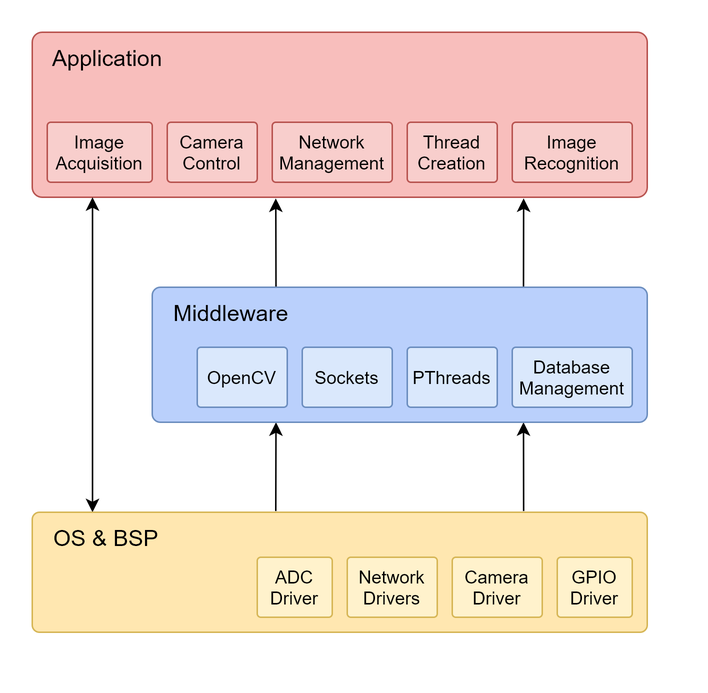
Before: 2. Analysis/4. Software Architecture/software_architecture.png, a diagram exported from draw.io (esrg-silent-howl/argos). Source tidied: cells renumbered, new cells last; positions are measured from the earlier drawing's top-left corner, leaving out a move shared by most shapes. The source it was exported from:
```xml
<mxGraphModel>
  <root>
    <mxCell id="0" />
    <mxCell id="1" parent="0" />
    <mxCell id="2" value="&amp;nbsp; &amp;nbsp;Application" style="rounded=1;whiteSpace=wrap;html=1;align=left;verticalAlign=top;arcSize=6;fontSize=15;strokeColor=#b85450;fillColor=#F8BEBC;spacingTop=2;" parent="1" vertex="1">
      <mxGeometry width="410" height="110" as="geometry" />
    </mxCell>
    <mxCell id="3" style="rounded=0;jettySize=auto;html=1;exitX=0.75;exitY=0;exitDx=0;exitDy=0;entryX=0.799;entryY=1.007;entryDx=0;entryDy=0;entryPerimeter=0;startArrow=none;startFill=0;fontSize=16;endArrow=classic;endFill=1;" parent="1" edge="1" source="7" target="2">
      <mxGeometry relative="1" as="geometry" />
    </mxCell>
    <mxCell id="4" style="rounded=0;jettySize=auto;html=1;exitX=0.25;exitY=0;exitDx=0;exitDy=0;entryX=0.396;entryY=1.007;entryDx=0;entryDy=0;entryPerimeter=0;startArrow=none;startFill=0;fontSize=16;endArrow=classic;endFill=1;" parent="1" edge="1" source="7" target="2">
      <mxGeometry relative="1" as="geometry" />
    </mxCell>
    <mxCell id="5" style="rounded=0;jettySize=auto;html=1;exitX=0.25;exitY=1;exitDx=0;exitDy=0;entryX=0.396;entryY=-0.01;entryDx=0;entryDy=0;entryPerimeter=0;startArrow=classic;startFill=1;fontSize=16;endArrow=none;endFill=0;" parent="1" edge="1" source="7" target="9">
      <mxGeometry relative="1" as="geometry" />
    </mxCell>
    <mxCell id="6" style="rounded=0;jettySize=auto;html=1;exitX=0.75;exitY=1;exitDx=0;exitDy=0;entryX=0.799;entryY=-0.01;entryDx=0;entryDy=0;entryPerimeter=0;startArrow=classic;startFill=1;fontSize=16;endArrow=none;endFill=0;" parent="1" edge="1" source="7" target="9">
      <mxGeometry relative="1" as="geometry" />
    </mxCell>
    <mxCell id="7" value="&amp;nbsp; &amp;nbsp;Middleware" style="rounded=1;whiteSpace=wrap;html=1;align=left;verticalAlign=top;arcSize=6;fontSize=15;strokeColor=#6c8ebf;fillColor=#BAD0FC;spacingTop=2;" parent="1" vertex="1">
      <mxGeometry x="80" y="170" width="330" height="90" as="geometry" />
    </mxCell>
    <mxCell id="8" style="edgeStyle=orthogonalEdgeStyle;rounded=0;jettySize=auto;html=1;entryX=0.098;entryY=1;entryDx=0;entryDy=0;entryPerimeter=0;exitX=0.098;exitY=0;exitDx=0;exitDy=0;exitPerimeter=0;startArrow=classic;startFill=1;" parent="1" edge="1" source="9" target="2">
      <mxGeometry relative="1" as="geometry" />
    </mxCell>
    <mxCell id="9" value="&amp;nbsp; &amp;nbsp;OS &amp;amp; BSP" style="rounded=1;whiteSpace=wrap;html=1;align=left;verticalAlign=top;arcSize=6;fontSize=15;strokeColor=#d6b656;fillColor=#FFE7B0;spacingTop=2;" parent="1" vertex="1">
      <mxGeometry y="320" width="410" height="80" as="geometry" />
    </mxCell>
    <mxCell id="10" value="Image&lt;br&gt;Recognition" style="rounded=1;whiteSpace=wrap;html=1;align=center;verticalAlign=middle;arcSize=6;fillColor=#f8cecc;strokeColor=#b85450;" parent="1" vertex="1">
      <mxGeometry x="320" y="60" width="80" height="40" as="geometry" />
    </mxCell>
    <mxCell id="11" value="Thread&lt;br&gt;Creation" style="rounded=1;whiteSpace=wrap;html=1;align=center;verticalAlign=middle;arcSize=6;fillColor=#f8cecc;strokeColor=#b85450;" parent="1" vertex="1">
      <mxGeometry x="250" y="60" width="60" height="40" as="geometry" />
    </mxCell>
    <mxCell id="12" value="Database Management" style="rounded=1;whiteSpace=wrap;html=1;align=center;verticalAlign=middle;arcSize=6;fillColor=#dae8fc;strokeColor=#6c8ebf;" parent="1" vertex="1">
      <mxGeometry x="320" y="210" width="80" height="40" as="geometry" />
    </mxCell>
    <mxCell id="13" value="PThreads" style="rounded=1;whiteSpace=wrap;html=1;align=center;verticalAlign=middle;arcSize=6;fillColor=#dae8fc;strokeColor=#6c8ebf;" parent="1" vertex="1">
      <mxGeometry x="250" y="210" width="60" height="40" as="geometry" />
    </mxCell>
    <mxCell id="14" value="Image Acquisition" style="rounded=1;whiteSpace=wrap;html=1;align=center;verticalAlign=middle;arcSize=6;fillColor=#f8cecc;strokeColor=#b85450;" parent="1" vertex="1">
      <mxGeometry x="10" y="60" width="70" height="40" as="geometry" />
    </mxCell>
    <mxCell id="15" value="GPIO&lt;br&gt;Driver" style="rounded=1;whiteSpace=wrap;html=1;align=center;verticalAlign=middle;arcSize=6;fillColor=#fff2cc;strokeColor=#d6b656;" parent="1" vertex="1">
      <mxGeometry x="350" y="350" width="50" height="40" as="geometry" />
    </mxCell>
    <mxCell id="16" value="Camera&lt;br&gt;Driver" style="rounded=1;whiteSpace=wrap;html=1;align=center;verticalAlign=middle;arcSize=6;fillColor=#fff2cc;strokeColor=#d6b656;" parent="1" vertex="1">
      <mxGeometry x="280" y="350" width="60" height="40" as="geometry" />
    </mxCell>
    <mxCell id="17" value="Network&lt;br&gt;Drivers" style="rounded=1;whiteSpace=wrap;html=1;align=center;verticalAlign=middle;arcSize=6;fillColor=#fff2cc;strokeColor=#d6b656;" parent="1" vertex="1">
      <mxGeometry x="210" y="350" width="60" height="40" as="geometry" />
    </mxCell>
    <mxCell id="18" value="Network Management" style="rounded=1;whiteSpace=wrap;html=1;align=center;verticalAlign=middle;arcSize=6;fillColor=#f8cecc;strokeColor=#b85450;" parent="1" vertex="1">
      <mxGeometry x="160" y="60" width="80" height="40" as="geometry" />
    </mxCell>
    <mxCell id="19" value="ADC Driver" style="rounded=1;whiteSpace=wrap;html=1;align=center;verticalAlign=middle;arcSize=6;fillColor=#fff2cc;strokeColor=#d6b656;" parent="1" vertex="1">
      <mxGeometry x="150" y="350" width="50" height="40" as="geometry" />
    </mxCell>
    <mxCell id="20" value="Camera&lt;br&gt;Control" style="rounded=1;whiteSpace=wrap;html=1;align=center;verticalAlign=middle;arcSize=6;fillColor=#f8cecc;strokeColor=#b85450;" parent="1" vertex="1">
      <mxGeometry x="90" y="60" width="60" height="40" as="geometry" />
    </mxCell>
    <mxCell id="21" value="Sockets" style="rounded=1;whiteSpace=wrap;html=1;align=center;verticalAlign=middle;arcSize=6;fillColor=#dae8fc;strokeColor=#6c8ebf;" parent="1" vertex="1">
      <mxGeometry x="180" y="210" width="60" height="40" as="geometry" />
    </mxCell>
    <mxCell id="22" value="OpenCV" style="rounded=1;whiteSpace=wrap;html=1;align=center;verticalAlign=middle;arcSize=6;fillColor=#dae8fc;strokeColor=#6c8ebf;" parent="1" vertex="1">
      <mxGeometry x="110" y="210" width="60" height="40" as="geometry" />
    </mxCell>
  </root>
</mxGraphModel>
```
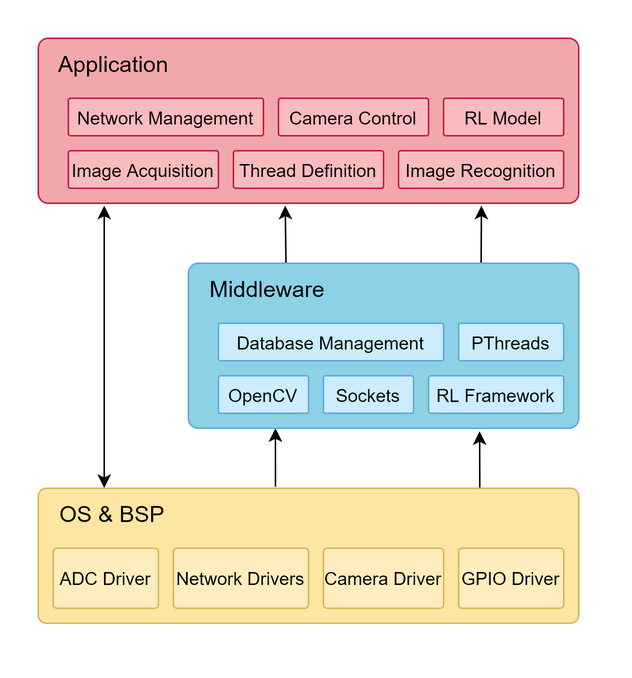
The same file after the commit.

Commit message:
UPDT: RL added to the Software Architecture diagram

Diff of the diagram source:
```diff
@@ -2,68 +2,78 @@
   <root>
     <mxCell id="0" />
     <mxCell id="1" parent="0" />
-    <mxCell id="2" value="&amp;nbsp; &amp;nbsp;Application" style="rounded=1;whiteSpace=wrap;html=1;align=left;verticalAlign=top;arcSize=6;fontSize=15;strokeColor=#b85450;fillColor=#F8BEBC;spacingTop=2;" parent="1" vertex="1">
-      <mxGeometry width="410" height="110" as="geometry" />
+    <mxCell id="2" value="&amp;nbsp; &amp;nbsp;Application" style="rounded=1;whiteSpace=wrap;html=1;align=left;verticalAlign=top;arcSize=6;fontSize=15;spacingTop=2;fillColor=#F2A7AC;strokeColor=#C41949;" parent="1" vertex="1">
+      <mxGeometry x="50" y="10" width="360" height="110" as="geometry" />
     </mxCell>
-    <mxCell id="3" style="rounded=0;jettySize=auto;html=1;exitX=0.75;exitY=0;exitDx=0;exitDy=0;entryX=0.799;entryY=1.007;entryDx=0;entryDy=0;entryPerimeter=0;startArrow=none;startFill=0;fontSize=16;endArrow=classic;endFill=1;" parent="1" edge="1" source="7" target="2">
+    <mxCell id="3" style="rounded=0;jettySize=auto;html=1;exitX=0.75;exitY=0;exitDx=0;exitDy=0;entryX=0.82;entryY=1.015;entryDx=0;entryDy=0;entryPerimeter=0;startArrow=none;startFill=0;fontSize=16;endArrow=classic;endFill=1;" parent="1" edge="1" source="7" target="2">
       <mxGeometry relative="1" as="geometry" />
     </mxCell>
-    <mxCell id="4" style="rounded=0;jettySize=auto;html=1;exitX=0.25;exitY=0;exitDx=0;exitDy=0;entryX=0.396;entryY=1.007;entryDx=0;entryDy=0;entryPerimeter=0;startArrow=none;startFill=0;fontSize=16;endArrow=classic;endFill=1;" parent="1" edge="1" source="7" target="2">
+    <mxCell id="4" style="rounded=0;jettySize=auto;html=1;exitX=0.25;exitY=0;exitDx=0;exitDy=0;entryX=0.457;entryY=1.015;entryDx=0;entryDy=0;entryPerimeter=0;startArrow=none;startFill=0;fontSize=16;endArrow=classic;endFill=1;" parent="1" edge="1" source="7" target="2">
       <mxGeometry relative="1" as="geometry" />
     </mxCell>
-    <mxCell id="5" style="rounded=0;jettySize=auto;html=1;exitX=0.25;exitY=1;exitDx=0;exitDy=0;entryX=0.396;entryY=-0.01;entryDx=0;entryDy=0;entryPerimeter=0;startArrow=classic;startFill=1;fontSize=16;endArrow=none;endFill=0;" parent="1" edge="1" source="7" target="9">
-      <mxGeometry relative="1" as="geometry" />
+    <mxCell id="5" style="rounded=0;jettySize=auto;html=1;exitX=0.223;exitY=1;exitDx=0;exitDy=0;startArrow=classic;startFill=1;fontSize=16;endArrow=none;endFill=0;exitPerimeter=0;" parent="1" edge="1" source="7">
+      <mxGeometry relative="1" as="geometry">
+        <mxPoint x="208" y="309" as="targetPoint" />
+      </mxGeometry>
     </mxCell>
-    <mxCell id="6" style="rounded=0;jettySize=auto;html=1;exitX=0.75;exitY=1;exitDx=0;exitDy=0;entryX=0.799;entryY=-0.01;entryDx=0;entryDy=0;entryPerimeter=0;startArrow=classic;startFill=1;fontSize=16;endArrow=none;endFill=0;" parent="1" edge="1" source="7" target="9">
-      <mxGeometry relative="1" as="geometry" />
+    <mxCell id="6" style="rounded=0;jettySize=auto;html=1;entryX=0.817;entryY=0.011;entryDx=0;entryDy=0;entryPerimeter=0;startArrow=classic;startFill=1;fontSize=16;endArrow=none;endFill=0;" parent="1" edge="1" target="9">
+      <mxGeometry relative="1" as="geometry">
+        <mxPoint x="344" y="272" as="sourcePoint" />
+      </mxGeometry>
     </mxCell>
-    <mxCell id="7" value="&amp;nbsp; &amp;nbsp;Middleware" style="rounded=1;whiteSpace=wrap;html=1;align=left;verticalAlign=top;arcSize=6;fontSize=15;strokeColor=#6c8ebf;fillColor=#BAD0FC;spacingTop=2;" parent="1" vertex="1">
-      <mxGeometry x="80" y="170" width="330" height="90" as="geometry" />
+    <mxCell id="7" value="&amp;nbsp; &amp;nbsp;Middleware" style="rounded=1;whiteSpace=wrap;html=1;align=left;verticalAlign=top;arcSize=6;fontSize=15;spacingTop=2;strokeColor=#5EAAD6;fillColor=#8CD1E6;" parent="1" vertex="1">
+      <mxGeometry x="150" y="160" width="260" height="110" as="geometry" />
     </mxCell>
-    <mxCell id="8" style="edgeStyle=orthogonalEdgeStyle;rounded=0;jettySize=auto;html=1;entryX=0.098;entryY=1;entryDx=0;entryDy=0;entryPerimeter=0;exitX=0.098;exitY=0;exitDx=0;exitDy=0;exitPerimeter=0;startArrow=classic;startFill=1;" parent="1" edge="1" source="9" target="2">
+    <mxCell id="8" style="rounded=0;jettySize=auto;html=1;entryX=0.122;entryY=1.015;entryDx=0;entryDy=0;entryPerimeter=0;exitX=0.122;exitY=-0.002;exitDx=0;exitDy=0;exitPerimeter=0;startArrow=classic;startFill=1;" parent="1" edge="1" source="9" target="2">
       <mxGeometry relative="1" as="geometry" />
     </mxCell>
-    <mxCell id="9" value="&amp;nbsp; &amp;nbsp;OS &amp;amp; BSP" style="rounded=1;whiteSpace=wrap;html=1;align=left;verticalAlign=top;arcSize=6;fontSize=15;strokeColor=#d6b656;fillColor=#FFE7B0;spacingTop=2;" parent="1" vertex="1">
-      <mxGeometry y="320" width="410" height="80" as="geometry" />
+    <mxCell id="9" value="&amp;nbsp; &amp;nbsp;OS &amp;amp; BSP" style="rounded=1;whiteSpace=wrap;html=1;align=left;verticalAlign=top;arcSize=6;fontSize=15;strokeColor=#d6b656;spacingTop=2;fillColor=#FEE5A0;" parent="1" vertex="1">
+      <mxGeometry x="50" y="310" width="360" height="90" as="geometry" />
     </mxCell>
-    <mxCell id="10" value="Image&lt;br&gt;Recognition" style="rounded=1;whiteSpace=wrap;html=1;align=center;verticalAlign=middle;arcSize=6;fillColor=#f8cecc;strokeColor=#b85450;" parent="1" vertex="1">
-      <mxGeometry x="320" y="60" width="80" height="40" as="geometry" />
+    <mxCell id="10" value="Image Recognition" style="rounded=1;whiteSpace=wrap;html=1;align=center;verticalAlign=middle;arcSize=6;strokeColor=#C41949;fillColor=#FABBBE;" parent="1" vertex="1">
+      <mxGeometry x="290" y="85" width="110" height="25" as="geometry" />
     </mxCell>
-    <mxCell id="11" value="Thread&lt;br&gt;Creation" style="rounded=1;whiteSpace=wrap;html=1;align=center;verticalAlign=middle;arcSize=6;fillColor=#f8cecc;strokeColor=#b85450;" parent="1" vertex="1">
-      <mxGeometry x="250" y="60" width="60" height="40" as="geometry" />
+    <mxCell id="11" value="Thread Definition" style="rounded=1;whiteSpace=wrap;html=1;align=center;verticalAlign=middle;arcSize=6;strokeColor=#C41949;fillColor=#FABBBE;" parent="1" vertex="1">
+      <mxGeometry x="180" y="85" width="100" height="25" as="geometry" />
     </mxCell>
-    <mxCell id="12" value="Database Management" style="rounded=1;whiteSpace=wrap;html=1;align=center;verticalAlign=middle;arcSize=6;fillColor=#dae8fc;strokeColor=#6c8ebf;" parent="1" vertex="1">
-      <mxGeometry x="320" y="210" width="80" height="40" as="geometry" />
+    <mxCell id="12" value="Database Management" style="rounded=1;whiteSpace=wrap;html=1;align=center;verticalAlign=middle;arcSize=6;strokeColor=#5EAAD6;fillColor=#CBEDFE;" parent="1" vertex="1">
+      <mxGeometry x="170" y="200" width="150" height="25" as="geometry" />
     </mxCell>
-    <mxCell id="13" value="PThreads" style="rounded=1;whiteSpace=wrap;html=1;align=center;verticalAlign=middle;arcSize=6;fillColor=#dae8fc;strokeColor=#6c8ebf;" parent="1" vertex="1">
-      <mxGeometry x="250" y="210" width="60" height="40" as="geometry" />
+    <mxCell id="13" value="PThreads" style="rounded=1;whiteSpace=wrap;html=1;align=center;verticalAlign=middle;arcSize=6;strokeColor=#5EAAD6;fillColor=#CBEDFE;" parent="1" vertex="1">
+      <mxGeometry x="330" y="200" width="70" height="25" as="geometry" />
     </mxCell>
-    <mxCell id="14" value="Image Acquisition" style="rounded=1;whiteSpace=wrap;html=1;align=center;verticalAlign=middle;arcSize=6;fillColor=#f8cecc;strokeColor=#b85450;" parent="1" vertex="1">
-      <mxGeometry x="10" y="60" width="70" height="40" as="geometry" />
-    </mxCell>
-    <mxCell id="15" value="GPIO&lt;br&gt;Driver" style="rounded=1;whiteSpace=wrap;html=1;align=center;verticalAlign=middle;arcSize=6;fillColor=#fff2cc;strokeColor=#d6b656;" parent="1" vertex="1">
-      <mxGeometry x="350" y="350" width="50" height="40" as="geometry" />
+    <mxCell id="15" value="GPIO Driver" style="rounded=1;whiteSpace=wrap;html=1;align=center;verticalAlign=middle;arcSize=6;strokeColor=#d6b656;fillColor=#FFEDBD;" parent="1" vertex="1">
+      <mxGeometry x="330" y="350" width="70" height="40" as="geometry" />
     </mxCell>
-    <mxCell id="16" value="Camera&lt;br&gt;Driver" style="rounded=1;whiteSpace=wrap;html=1;align=center;verticalAlign=middle;arcSize=6;fillColor=#fff2cc;strokeColor=#d6b656;" parent="1" vertex="1">
-      <mxGeometry x="280" y="350" width="60" height="40" as="geometry" />
+    <mxCell id="16" value="Camera Driver" style="rounded=1;whiteSpace=wrap;html=1;align=center;verticalAlign=middle;arcSize=6;strokeColor=#d6b656;fillColor=#FFEDBD;" parent="1" vertex="1">
+      <mxGeometry x="240" y="350" width="80" height="40" as="geometry" />
     </mxCell>
-    <mxCell id="17" value="Network&lt;br&gt;Drivers" style="rounded=1;whiteSpace=wrap;html=1;align=center;verticalAlign=middle;arcSize=6;fillColor=#fff2cc;strokeColor=#d6b656;" parent="1" vertex="1">
-      <mxGeometry x="210" y="350" width="60" height="40" as="geometry" />
+    <mxCell id="17" value="Network Drivers" style="rounded=1;whiteSpace=wrap;html=1;align=center;verticalAlign=middle;arcSize=6;strokeColor=#d6b656;fillColor=#FFEDBD;" parent="1" vertex="1">
+      <mxGeometry x="140" y="350" width="90" height="40" as="geometry" />
     </mxCell>
-    <mxCell id="18" value="Network Management" style="rounded=1;whiteSpace=wrap;html=1;align=center;verticalAlign=middle;arcSize=6;fillColor=#f8cecc;strokeColor=#b85450;" parent="1" vertex="1">
-      <mxGeometry x="160" y="60" width="80" height="40" as="geometry" />
-    </mxCell>
-    <mxCell id="19" value="ADC Driver" style="rounded=1;whiteSpace=wrap;html=1;align=center;verticalAlign=middle;arcSize=6;fillColor=#fff2cc;strokeColor=#d6b656;" parent="1" vertex="1">
-      <mxGeometry x="150" y="350" width="50" height="40" as="geometry" />
+    <mxCell id="19" value="ADC Driver" style="rounded=1;whiteSpace=wrap;html=1;align=center;verticalAlign=middle;arcSize=6;strokeColor=#d6b656;fillColor=#FFEDBD;" parent="1" vertex="1">
+      <mxGeometry x="60" y="350" width="70" height="40" as="geometry" />
     </mxCell>
-    <mxCell id="20" value="Camera&lt;br&gt;Control" style="rounded=1;whiteSpace=wrap;html=1;align=center;verticalAlign=middle;arcSize=6;fillColor=#f8cecc;strokeColor=#b85450;" parent="1" vertex="1">
-      <mxGeometry x="90" y="60" width="60" height="40" as="geometry" />
-    </mxCell>
-    <mxCell id="21" value="Sockets" style="rounded=1;whiteSpace=wrap;html=1;align=center;verticalAlign=middle;arcSize=6;fillColor=#dae8fc;strokeColor=#6c8ebf;" parent="1" vertex="1">
-      <mxGeometry x="180" y="210" width="60" height="40" as="geometry" />
+    <mxCell id="21" value="Sockets" style="rounded=1;whiteSpace=wrap;html=1;align=center;verticalAlign=middle;arcSize=6;strokeColor=#5EAAD6;fillColor=#CBEDFE;" parent="1" vertex="1">
+      <mxGeometry x="240" y="235" width="60" height="25" as="geometry" />
     </mxCell>
-    <mxCell id="22" value="OpenCV" style="rounded=1;whiteSpace=wrap;html=1;align=center;verticalAlign=middle;arcSize=6;fillColor=#dae8fc;strokeColor=#6c8ebf;" parent="1" vertex="1">
-      <mxGeometry x="110" y="210" width="60" height="40" as="geometry" />
+    <mxCell id="22" value="OpenCV" style="rounded=1;whiteSpace=wrap;html=1;align=center;verticalAlign=middle;arcSize=6;strokeColor=#5EAAD6;fillColor=#CBEDFE;" parent="1" vertex="1">
+      <mxGeometry x="170" y="235" width="60" height="25" as="geometry" />
     </mxCell>
+    <mxCell id="14" value="Image Acquisition" style="rounded=1;whiteSpace=wrap;html=1;align=center;verticalAlign=middle;arcSize=6;strokeColor=#C41949;fillColor=#FABBBE;" parent="1" vertex="1">
+      <mxGeometry x="70" y="85" width="100" height="25" as="geometry" />
+    </mxCell>
+    <mxCell id="20" value="Camera Control" style="rounded=1;whiteSpace=wrap;html=1;align=center;verticalAlign=middle;arcSize=6;strokeColor=#C41949;fillColor=#FABBBE;" parent="1" vertex="1">
+      <mxGeometry x="210" y="50" width="100" height="25" as="geometry" />
+    </mxCell>
+    <mxCell id="18" value="Network Management" style="rounded=1;whiteSpace=wrap;html=1;align=center;verticalAlign=middle;arcSize=6;strokeColor=#C41949;fillColor=#FABBBE;" parent="1" vertex="1">
+      <mxGeometry x="70" y="50" width="130" height="25" as="geometry" />
+    </mxCell>
+    <mxCell id="23" value="RL Model" style="rounded=1;whiteSpace=wrap;html=1;align=center;verticalAlign=middle;arcSize=6;strokeColor=#C41949;fillColor=#FABBBE;" parent="1" vertex="1">
+      <mxGeometry x="320" y="50" width="80" height="25" as="geometry" />
+    </mxCell>
+    <mxCell id="24" value="RL Framework" style="rounded=1;whiteSpace=wrap;html=1;align=center;verticalAlign=middle;arcSize=6;strokeColor=#5EAAD6;fillColor=#CBEDFE;" parent="1" vertex="1">
+      <mxGeometry x="310" y="235" width="90" height="25" as="geometry" />
+    </mxCell>
   </root>
 </mxGraphModel>
```
